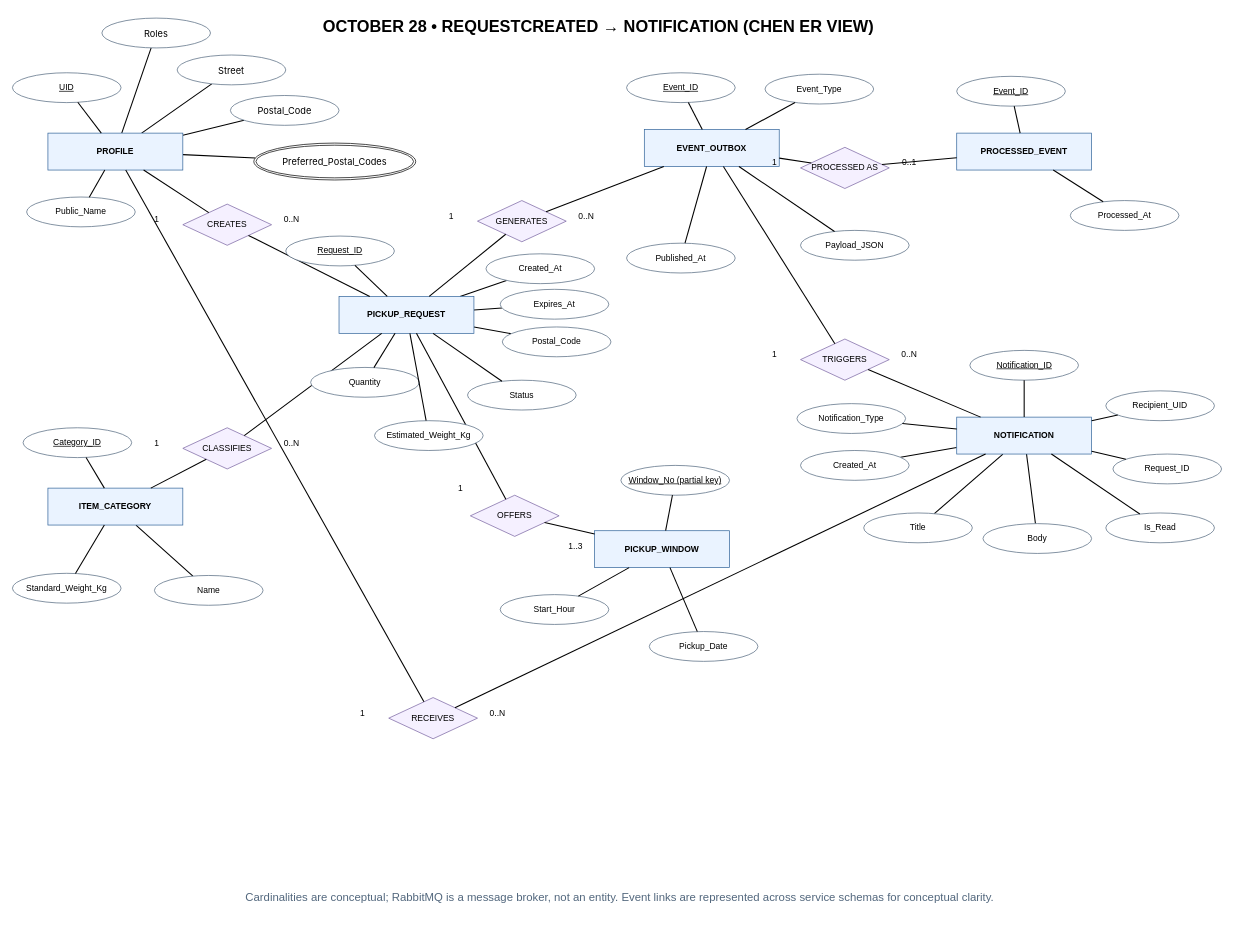
This is page "Oct 28 — RequestCreated flow" (2 of 2) of docs/uml/EcoCollect_Oct28_ER_Diagram_Updated.drawio from dannydufau/ecocollect, a draw.io file, before an edit. Source tidied: cells renumbered, new cells numbered last; positions are measured from the earlier drawing's top-left corner, leaving out a move shared by most shapes. Both pictures are drawn from the tidied source at 71%, with x=0, y=0 at pixel (12, 12).
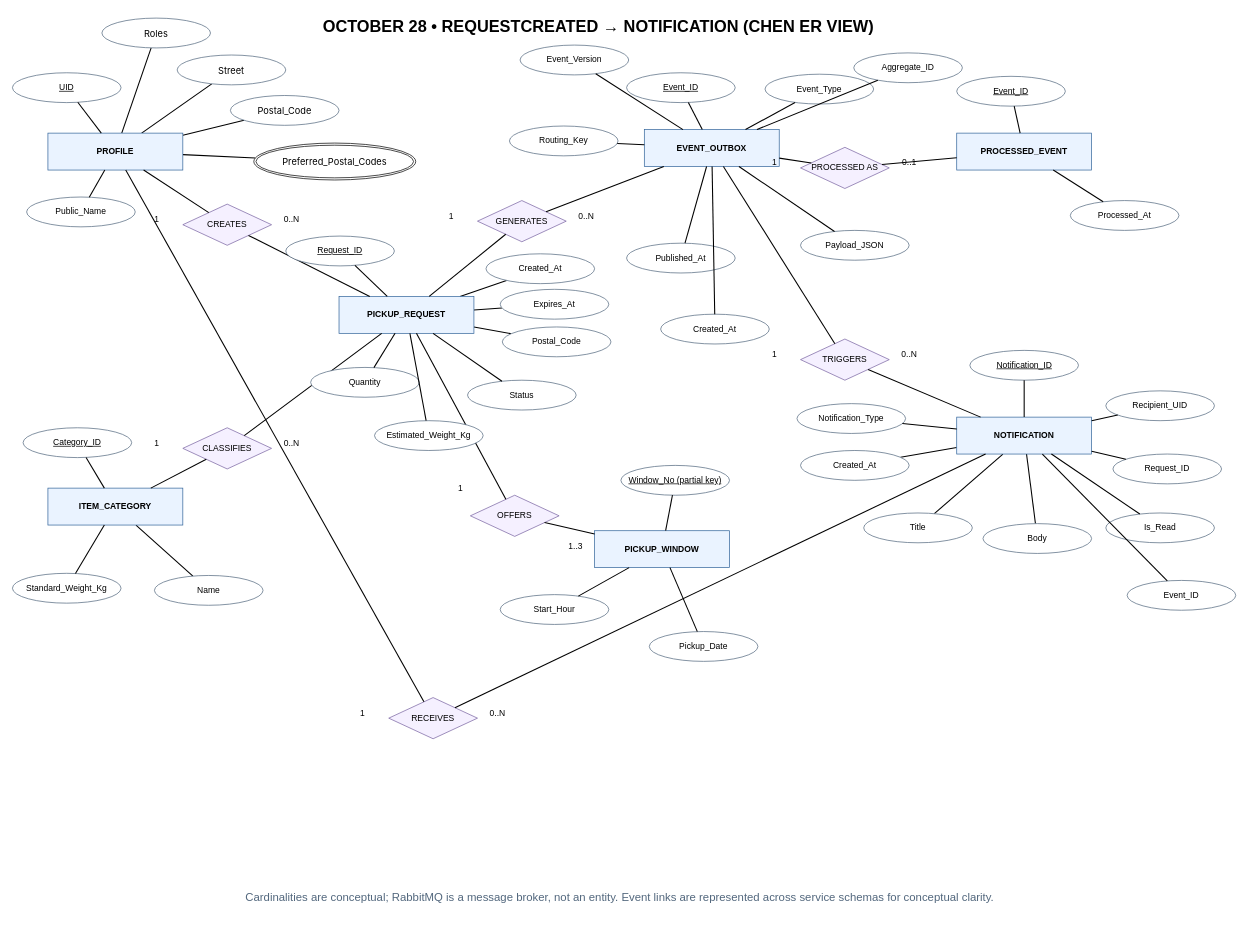
Above is the later version.

The change refers to these unchanged cells:
```xml
<mxCell id="15" value="EVENT_OUTBOX" style="rounded=0;whiteSpace=wrap;html=1;align=center;fillColor=#EAF3FF;strokeColor=#32649A;fontStyle=1;" parent="1" vertex="1">
  <mxGeometry x="890" y="165" width="190" height="52" as="geometry" />
</mxCell>
<mxCell id="20" value="NOTIFICATION" style="rounded=0;whiteSpace=wrap;html=1;align=center;fillColor=#EAF3FF;strokeColor=#32649A;fontStyle=1;" parent="1" vertex="1">
  <mxGeometry x="1330" y="570" width="190" height="52" as="geometry" />
</mxCell>
```

Diff of the diagram source:
```diff
@@
+    <mxCell id="112" value="Event_Version" style="ellipse;whiteSpace=wrap;html=1;align=center;fillColor=#FFFFFF;strokeColor=#52677D;" parent="1" vertex="1">
+      <mxGeometry x="715" y="46" width="153" height="42" as="geometry" />
+    </mxCell>
+    <mxCell id="113" style="endArrow=none;startArrow=none;html=1;rounded=0;strokeWidth=1.5;" parent="1" edge="1" source="15" target="112">
+      <mxGeometry relative="1" as="geometry" />
+    </mxCell>
+    <mxCell id="114" value="Routing_Key" style="ellipse;whiteSpace=wrap;html=1;align=center;fillColor=#FFFFFF;strokeColor=#52677D;" parent="1" vertex="1">
+      <mxGeometry x="700" y="160" width="153" height="42" as="geometry" />
+    </mxCell>
+    <mxCell id="115" style="endArrow=none;startArrow=none;html=1;rounded=0;strokeWidth=1.5;" parent="1" edge="1" source="15" target="114">
+      <mxGeometry relative="1" as="geometry" />
+    </mxCell>
+    <mxCell id="116" value="Aggregate_ID" style="ellipse;whiteSpace=wrap;html=1;align=center;fillColor=#FFFFFF;strokeColor=#52677D;" parent="1" vertex="1">
+      <mxGeometry x="1185" y="57" width="153" height="42" as="geometry" />
+    </mxCell>
+    <mxCell id="117" style="endArrow=none;startArrow=none;html=1;rounded=0;strokeWidth=1.5;" parent="1" edge="1" source="15" target="116">
+      <mxGeometry relative="1" as="geometry" />
+    </mxCell>
+    <mxCell id="118" value="Created_At" style="ellipse;whiteSpace=wrap;html=1;align=center;fillColor=#FFFFFF;strokeColor=#52677D;" parent="1" vertex="1">
+      <mxGeometry x="913" y="425" width="153" height="42" as="geometry" />
+    </mxCell>
+    <mxCell id="119" style="endArrow=none;startArrow=none;html=1;rounded=0;strokeWidth=1.5;" parent="1" edge="1" source="15" target="118">
+      <mxGeometry relative="1" as="geometry" />
+    </mxCell>
+    <mxCell id="120" value="Event_ID" style="ellipse;whiteSpace=wrap;html=1;align=center;fillColor=#FFFFFF;strokeColor=#52677D;" parent="1" vertex="1">
+      <mxGeometry x="1570" y="800" width="153" height="42" as="geometry" />
+    </mxCell>
+    <mxCell id="121" style="endArrow=none;startArrow=none;html=1;rounded=0;strokeWidth=1.5;" parent="1" edge="1" source="20" target="120">
+      <mxGeometry relative="1" as="geometry" />
+    </mxCell>
```
